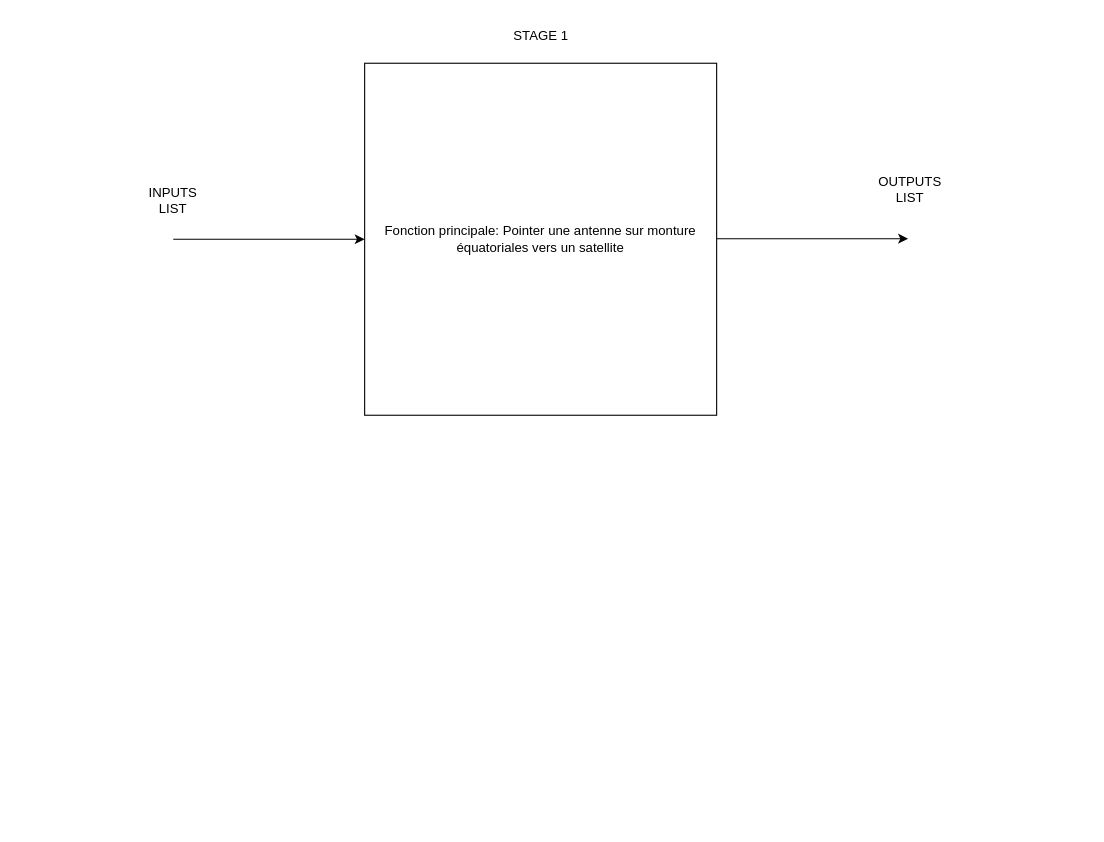
Before: Function_Diagram.drawio in Clementbgn/ANTENNA, a draw.io diagram. Source tidied: cells renumbered, new cells numbered last; positions are measured from the earlier drawing's top-left corner, leaving out a move shared by most shapes. Both pictures are drawn from the tidied source at 110%, with x=0, y=0 at pixel (140, 19).
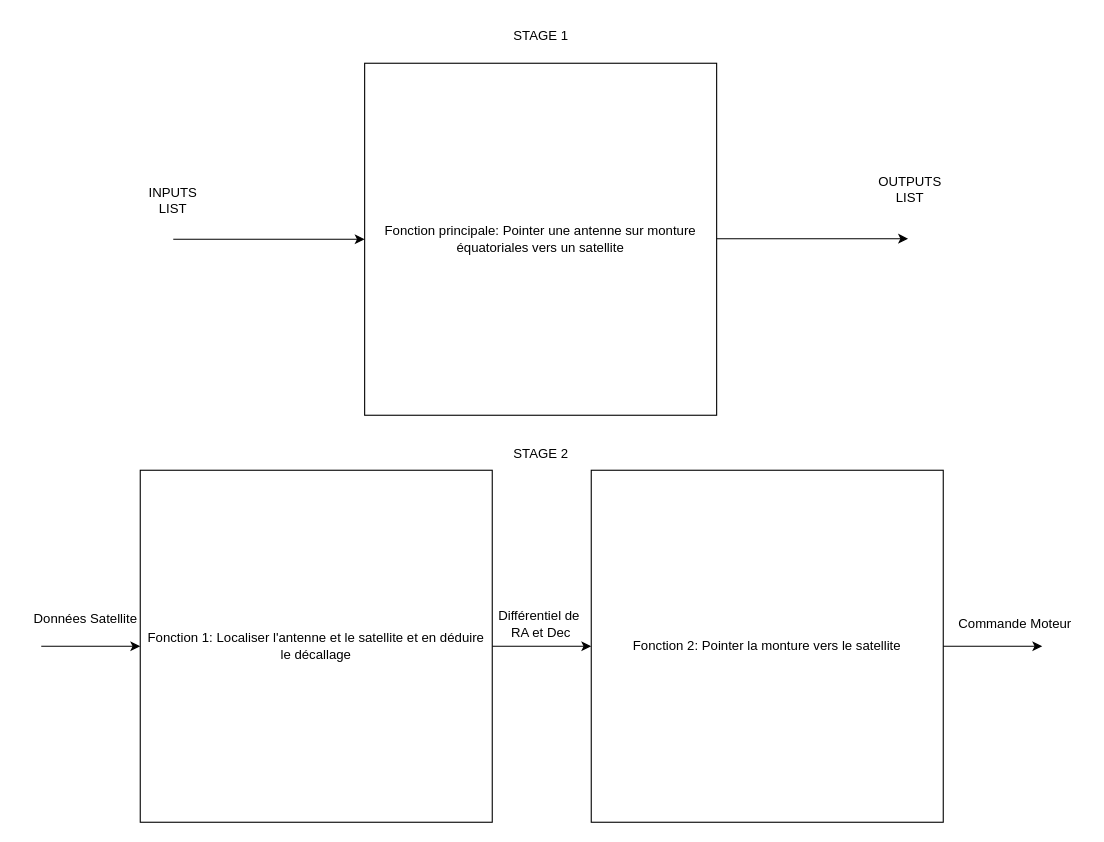
The same page after the edit.

Commit message (it also covers changes not shown here):
Addition of Stage 2 in the function diagram

The edit, as a diff of the source:
```diff
@@
+    <mxCell id="8" value="STAGE 2" style="text;html=1;align=center;verticalAlign=middle;strokeColor=none;fillColor=none;" parent="1" vertex="1">
+      <mxGeometry x="329" y="380" width="70" height="30" as="geometry" />
+    </mxCell>
+    <mxCell id="9" value="Fonction 1: Localiser l'antenne et le satellite et en déduire le décallage" style="whiteSpace=wrap;html=1;" parent="1" vertex="1">
+      <mxGeometry y="410" width="320" height="320" as="geometry" />
+    </mxCell>
+    <mxCell id="10" value="Fonction 2: Pointer la monture vers le satellite" style="whiteSpace=wrap;html=1;" parent="1" vertex="1">
+      <mxGeometry x="410" y="410" width="320" height="320" as="geometry" />
+    </mxCell>
+    <mxCell id="11" style="endArrow=classic;html=1;rounded=0;exitX=1;exitY=0.5;exitDx=0;exitDy=0;entryX=0;entryY=0.5;entryDx=0;entryDy=0;" parent="1" edge="1" source="9" target="10">
+      <mxGeometry relative="1" as="geometry" />
+    </mxCell>
+    <mxCell id="12" value="Différentiel de&amp;nbsp;&lt;div&gt;RA et Dec&lt;/div&gt;" style="text;html=1;align=center;verticalAlign=middle;strokeColor=none;fillColor=none;" parent="1" vertex="1">
+      <mxGeometry x="314" y="530" width="100" height="40" as="geometry" />
+    </mxCell>
+    <mxCell id="13" style="endArrow=classic;html=1;rounded=0;entryX=0;entryY=0.5;entryDx=0;entryDy=0;" parent="1" edge="1" target="9">
+      <mxGeometry relative="1" as="geometry">
+        <mxPoint x="-90" y="570" as="sourcePoint" />
+      </mxGeometry>
+    </mxCell>
+    <mxCell id="14" value="Données Satellite" style="text;html=1;align=center;verticalAlign=middle;strokeColor=none;fillColor=none;" parent="1" vertex="1">
+      <mxGeometry x="-110" y="530" width="120" height="30" as="geometry" />
+    </mxCell>
+    <mxCell id="15" value="Commande Moteur" style="text;html=1;align=center;verticalAlign=middle;strokeColor=none;fillColor=none;" parent="1" vertex="1">
+      <mxGeometry x="730" y="535" width="130" height="30" as="geometry" />
+    </mxCell>
+    <mxCell id="16" style="endArrow=classic;html=1;rounded=0;entryX=0;entryY=0.5;entryDx=0;entryDy=0;" parent="1" edge="1">
+      <mxGeometry relative="1" as="geometry">
+        <mxPoint x="730" y="570" as="sourcePoint" />
+        <mxPoint x="820" y="570" as="targetPoint" />
+      </mxGeometry>
+    </mxCell>
```
